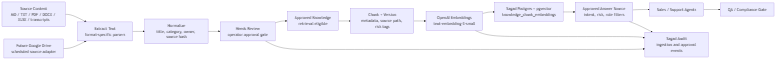
Before: v1/docs/blueprints/images/ingestion-engine.png, a diagram exported from Mermaid (rdkrstn/sagad-os). Its source is kept beside it as v1/docs/blueprints/diagrams/ingestion-engine.mmd.
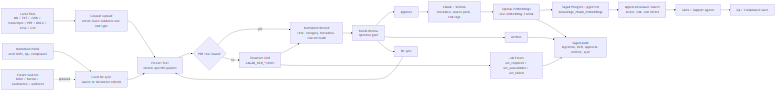
Above is the later version.

What changed in the source:
```diff
@@ -1,15 +1,25 @@
 flowchart LR
-  Sources["Source Content<br/>MD / TXT / PDF / DOCX / XLSX / transcripts"] --> Extract["Extract Text<br/>format-specific parsers"]
-  Drive["Future Google Drive<br/>scheduled source adapter"] --> Extract
-  Extract --> Normalize["Normalize<br/>title, category, owner, source hash"]
-  Normalize --> Review["Needs Review<br/>operator approval gate"]
-  Review --> Approved["Approved Knowledge<br/>retrieval eligible"]
-  Approved --> Chunk["Chunk + Version<br/>metadata, source path, risk tags"]
+  Files["Local Files<br/>MD / TXT / JSON / transcripts / PDF / DOCX / XLSX / CSV"] --> Upload["Console Upload<br/>server route validates size and type"]
+  Packs["Markdown Packs<br/>seed SOPs, QA, compliance"] --> Sync["Local Re-sync<br/>source or document refresh"]
+  Drive["Future Sources<br/>Drive / Notion / Confluence / websites"] -. planned .-> Sync
+  Upload --> Extract["Extract Text<br/>format-specific parsers"]
+  Sync --> Extract
+  Extract --> PdfCheck{"PDF text found?"}
+  PdfCheck -- yes --> Normalize["Normalize Record<br/>title, category, metadata, content hash"]
+  PdfCheck -- no --> OCR["Tesseract OCR<br/>SAGAD_OCR_* limits"]
+  OCR --> Normalize
+  OCR --> Errors["Job Errors<br/>ocr_required / ocr_unavailable / ocr_failed"]
+  Normalize --> Review["Needs Review<br/>operator gate"]
+  Review --> Approve["Approve"]
+  Review --> Archive["Archive"]
+  Review --> Resync["Re-sync"]
+  Resync --> Extract
+  Approve --> Chunk["Chunk + Version<br/>metadata, source path, risk tags"]
   Chunk --> Embed["OpenAI Embeddings<br/>text-embedding-3-small"]
   Embed --> Vector["Sagad Postgres + pgvector<br/>knowledge_chunk_embeddings"]
   Vector --> Retrieve["Approved Answer Source<br/>intent, risk, role filters"]
+  Archive --> Audit["Sagad Audit<br/>ingestion, OCR, approval, archive, sync"]
+  Errors --> Audit
+  Embed --> Audit
   Retrieve --> Agents["Sales / Support Agents"]
   Agents --> QA["QA / Compliance Gate"]
-  Review --> Audit["Sagad Audit<br/>ingestion and approval events"]
-  Embed --> Audit
-  Retrieve --> Audit
```
